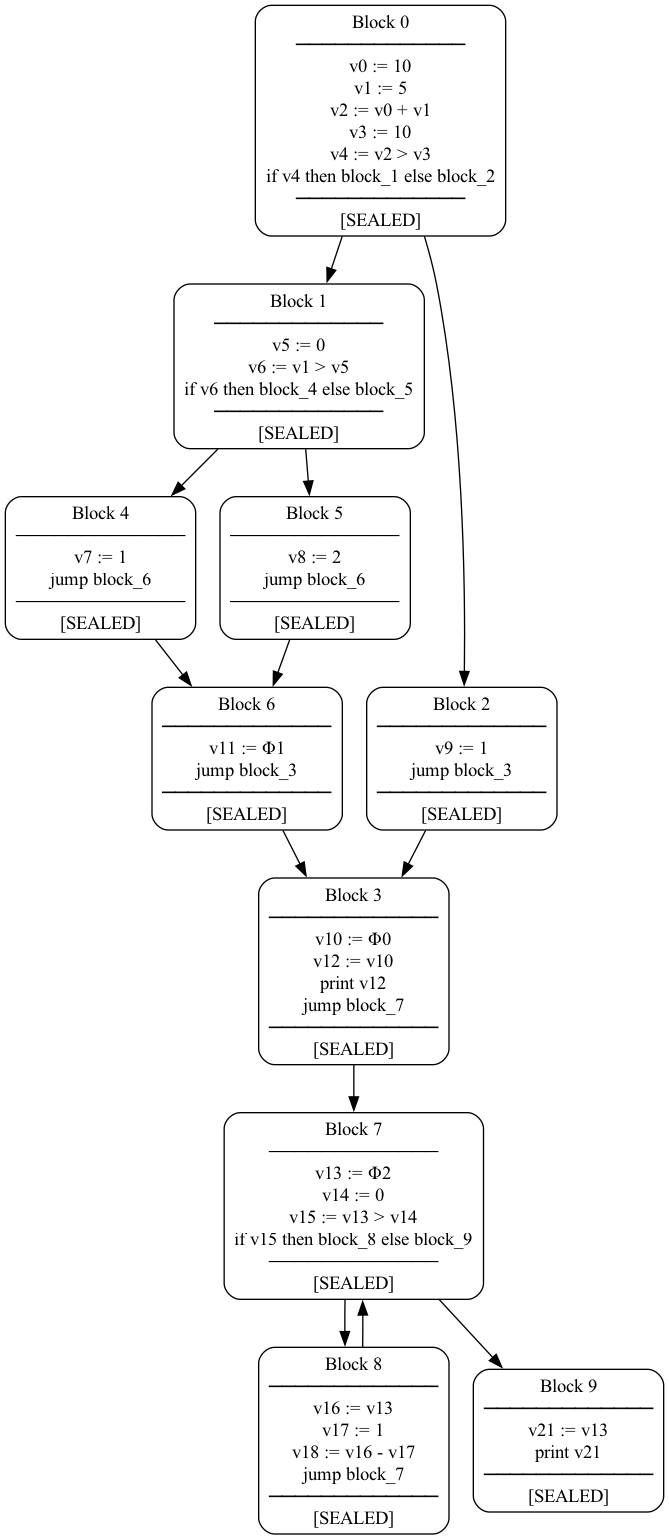
This is rust/ssa-test/ssa_graph.png from jimmyhmiller/PlayGround, a Graphviz export, as it was before one commit. Its source is kept beside it as rust/ssa-test/ssa_graph.dot.
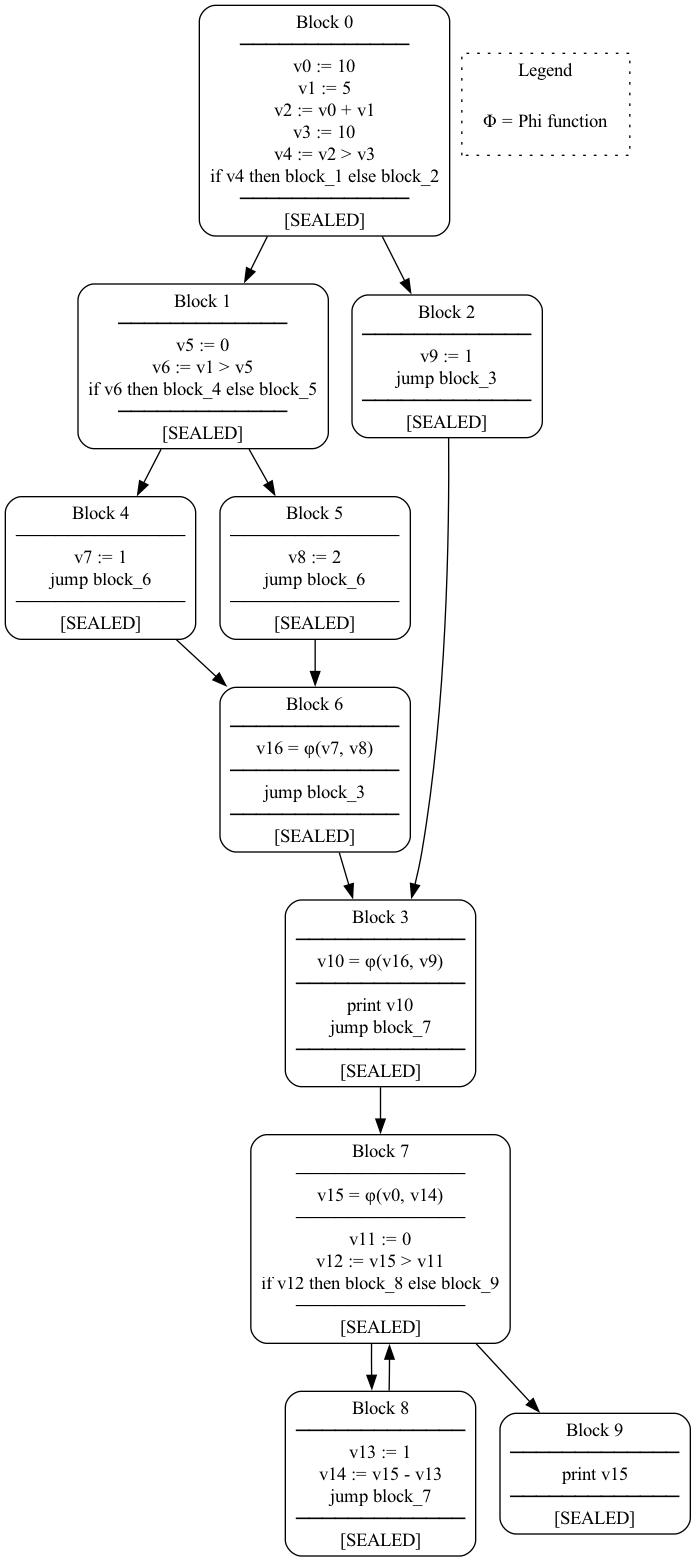
Later version of the same file.

What changed in the source:
```diff
@@ -5,13 +5,13 @@
     block_0 [label="Block 0\n─────────────\nv0 := 10\nv1 := 5\nv2 := v0 + v1\nv3 := 10\nv4 := v2 > v3\nif v4 then block_1 else block_2\n─────────────\n[SEALED]\n"];
     block_1 [label="Block 1\n─────────────\nv5 := 0\nv6 := v1 > v5\nif v6 then block_4 else block_5\n─────────────\n[SEALED]\n"];
     block_2 [label="Block 2\n─────────────\nv9 := 1\njump block_3\n─────────────\n[SEALED]\n"];
-    block_3 [label="Block 3\n─────────────\nv10 := Φ0\nv12 := v10\nprint v12\njump block_7\n─────────────\n[SEALED]\n"];
+    block_3 [label="Block 3\n─────────────\nv10 = φ(v16, v9)\n─────────────\nprint v10\njump block_7\n─────────────\n[SEALED]\n"];
     block_4 [label="Block 4\n─────────────\nv7 := 1\njump block_6\n─────────────\n[SEALED]\n"];
     block_5 [label="Block 5\n─────────────\nv8 := 2\njump block_6\n─────────────\n[SEALED]\n"];
-    block_6 [label="Block 6\n─────────────\nv11 := Φ1\njump block_3\n─────────────\n[SEALED]\n"];
-    block_7 [label="Block 7\n─────────────\nv13 := Φ2\nv14 := 0\nv15 := v13 > v14\nif v15 then block_8 else block_9\n─────────────\n[SEALED]\n"];
-    block_8 [label="Block 8\n─────────────\nv16 := v13\nv17 := 1\nv18 := v16 - v17\njump block_7\n─────────────\n[SEALED]\n"];
-    block_9 [label="Block 9\n─────────────\nv21 := v13\nprint v21\n─────────────\n[SEALED]\n"];
+    block_6 [label="Block 6\n─────────────\nv16 = φ(v7, v8)\n─────────────\njump block_3\n─────────────\n[SEALED]\n"];
+    block_7 [label="Block 7\n─────────────\nv15 = φ(v0, v14)\n─────────────\nv11 := 0\nv12 := v15 > v11\nif v12 then block_8 else block_9\n─────────────\n[SEALED]\n"];
+    block_8 [label="Block 8\n─────────────\nv13 := 1\nv14 := v15 - v13\njump block_7\n─────────────\n[SEALED]\n"];
+    block_9 [label="Block 9\n─────────────\nprint v15\n─────────────\n[SEALED]\n"];
     block_0 -> block_1;
     block_0 -> block_2;
     block_6 -> block_3;
@@ -24,4 +24,10 @@
     block_8 -> block_7;
     block_7 -> block_8;
     block_7 -> block_9;
+
+    subgraph cluster_legend {
+        label="Legend";
+        style=dotted;
+        "Φ = Phi function" [shape=plaintext];
+    }
 }
```
